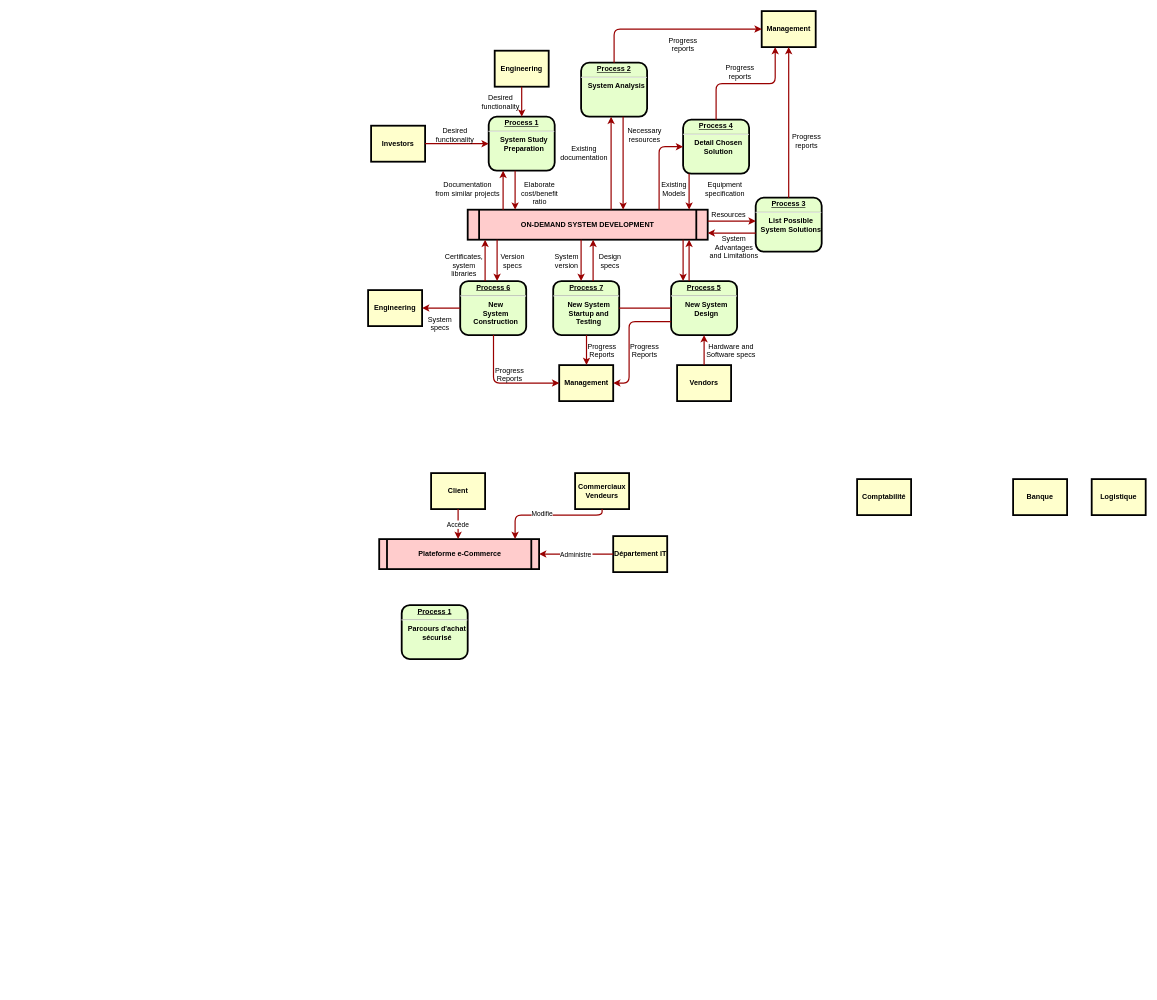
Above: archi_fonctionnelle.drawio in Relthdrarxash/archi_secu (draw.io), before the change. Source tidied: cells renumbered, new cells numbered last; positions are measured from the earlier drawing's top-left corner, leaving out a move shared by most shapes. Both pictures are drawn from the tidied source at 60%, with x=0, y=0 at pixel (368, 11).
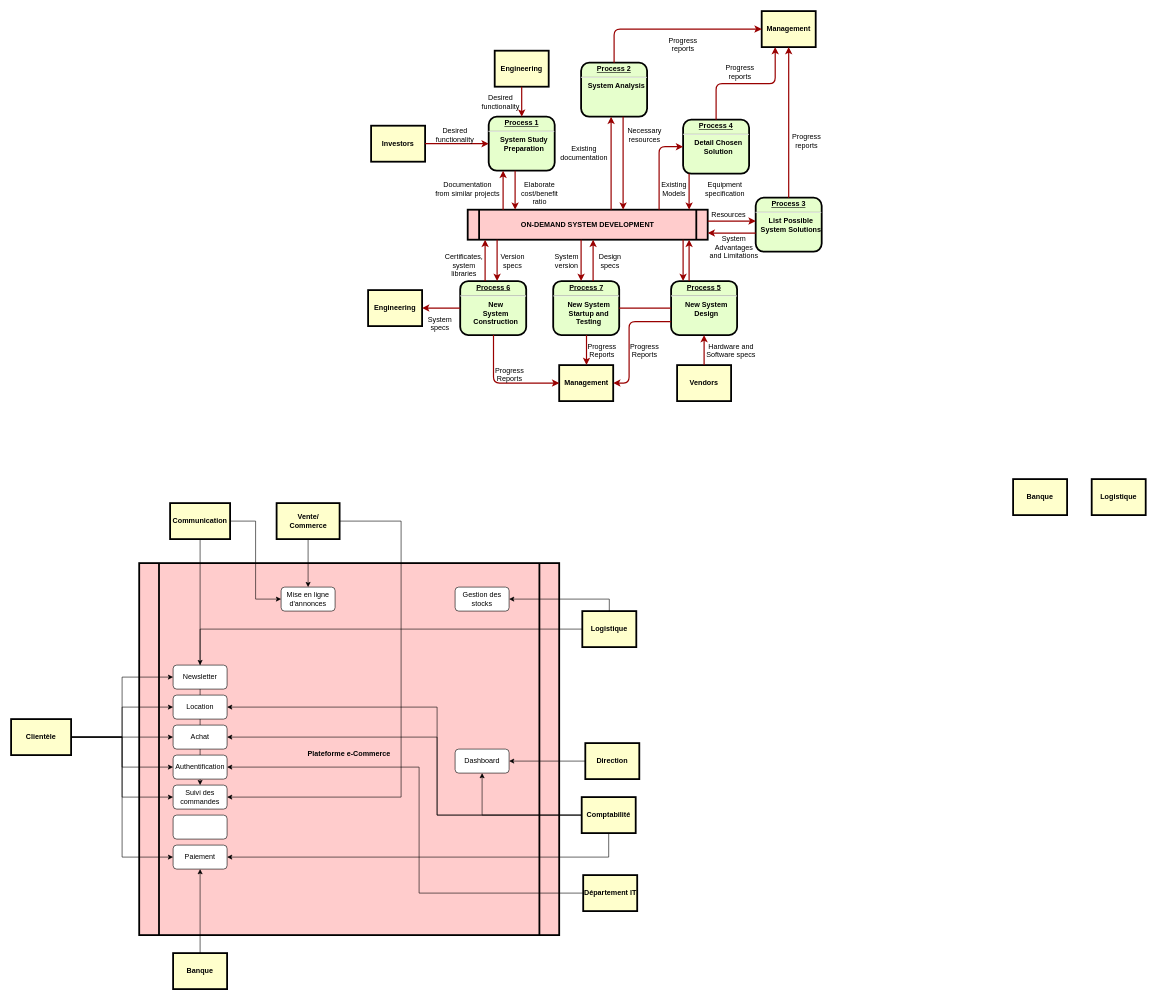
Above is the later version.

Commit message:
Mettre à jour archi_fonctionnelle.drawio

What changed in the source:
```diff
@@
+    <mxCell id="69" value="&#10;Plateforme e-Commerce" style="shape=process;whiteSpace=wrap;align=center;verticalAlign=middle;size=0.0475;fontStyle=1;strokeWidth=3;fillColor=#FFCCCC;" parent="1" vertex="1">
+      <mxGeometry x="-381.5" y="920" width="700" height="620" as="geometry" />
+    </mxCell>
@@
-    <mxCell id="63" value="Client" style="whiteSpace=wrap;align=center;verticalAlign=middle;fontStyle=1;strokeWidth=3;fillColor=#FFFFCC;" parent="1" vertex="1">
-      <mxGeometry x="105" y="770" width="90" height="60" as="geometry" />
-    </mxCell>
+    <mxCell id="75" style="edgeStyle=orthogonalEdgeStyle;rounded=0;jettySize=auto;html=1;entryX=0;entryY=0.5;entryDx=0;entryDy=0;" parent="1" edge="1" source="63" target="93">
+      <mxGeometry relative="1" as="geometry" />
+    </mxCell>
+    <mxCell id="76" style="edgeStyle=orthogonalEdgeStyle;rounded=0;jettySize=auto;html=1;" parent="1" edge="1" source="64" target="95">
+      <mxGeometry relative="1" as="geometry" />
+    </mxCell>
+    <mxCell id="77" style="edgeStyle=orthogonalEdgeStyle;rounded=0;jettySize=auto;html=1;entryX=0;entryY=0.5;entryDx=0;entryDy=0;" parent="1" edge="1" source="64" target="103">
+      <mxGeometry relative="1" as="geometry" />
+    </mxCell>
-    <mxCell id="64" value="Commerciaux&#10;Vendeurs" style="whiteSpace=wrap;align=center;verticalAlign=middle;fontStyle=1;strokeWidth=3;fillColor=#FFFFCC;" parent="1" vertex="1">
-      <mxGeometry x="345" y="770" width="90" height="60" as="geometry" />
+    <mxCell id="64" value="Communication" style="whiteSpace=wrap;align=center;verticalAlign=middle;fontStyle=1;strokeWidth=3;fillColor=#FFFFCC;" parent="1" vertex="1">
+      <mxGeometry x="-330" y="820" width="100" height="60" as="geometry" />
     </mxCell>
+    <mxCell id="78" style="edgeStyle=orthogonalEdgeStyle;rounded=0;jettySize=auto;html=1;entryX=1;entryY=0.5;entryDx=0;entryDy=0;" parent="1" edge="1" source="65" target="104">
+      <mxGeometry relative="1" as="geometry" />
+    </mxCell>
-    <mxCell id="65" value="Comptabilité" style="whiteSpace=wrap;align=center;verticalAlign=middle;fontStyle=1;strokeWidth=3;fillColor=#FFFFCC;" parent="1" vertex="1">
-      <mxGeometry x="815" y="780" width="90" height="60" as="geometry" />
+    <mxCell id="65" value="Direction" style="whiteSpace=wrap;align=center;verticalAlign=middle;fontStyle=1;strokeWidth=3;fillColor=#FFFFCC;" parent="1" vertex="1">
+      <mxGeometry x="362" y="1220" width="90" height="60" as="geometry" />
     </mxCell>
+    <mxCell id="79" style="edgeStyle=orthogonalEdgeStyle;rounded=0;jettySize=auto;html=1;entryX=1;entryY=0.5;entryDx=0;entryDy=0;" parent="1" edge="1" source="66" target="93">
+      <mxGeometry relative="1" as="geometry">
+        <Array as="points">
+          <mxPoint x="390" y="1470" />
+          <mxPoint x="85" y="1470" />
+          <mxPoint x="85" y="1260" />
+        </Array>
+      </mxGeometry>
+    </mxCell>
     <mxCell id="66" value="Département IT" style="whiteSpace=wrap;align=center;verticalAlign=middle;fontStyle=1;strokeWidth=3;fillColor=#FFFFCC;" parent="1" vertex="1">
-      <mxGeometry x="408.5" y="875" width="90" height="60" as="geometry" />
+      <mxGeometry x="358.5" y="1440" width="90" height="60" as="geometry" />
     </mxCell>
@@
-    <mxCell id="69" value="Plateforme e-Commerce" style="shape=process;whiteSpace=wrap;align=center;verticalAlign=middle;size=0.0475;fontStyle=1;strokeWidth=3;fillColor=#FFCCCC;" parent="1" vertex="1">
-      <mxGeometry x="18.5" y="880" width="266.5" height="50" as="geometry" />
-    </mxCell>
-    <mxCell id="70" value="Accède" style="edgeStyle=elbowEdgeStyle;elbow=vertical;strokeColor=#990000;strokeWidth=2;" parent="1" edge="1" source="63" target="69">
-      <mxGeometry relative="1" as="geometry">
-        <Array as="points">
-          <mxPoint x="150" y="850" />
-        </Array>
-      </mxGeometry>
-    </mxCell>
-    <mxCell id="71" style="edgeStyle=elbowEdgeStyle;elbow=vertical;strokeColor=#990000;strokeWidth=2;" parent="1" edge="1" source="64" target="69">
-      <mxGeometry relative="1" as="geometry">
-        <Array as="points">
-          <mxPoint x="245" y="840" />
-        </Array>
-      </mxGeometry>
-    </mxCell>
-    <mxCell id="72" value="Modifie" style="edgeLabel;html=1;align=center;verticalAlign=middle;" parent="71" vertex="1">
-      <mxGeometry x="0.14" y="-3" relative="1" as="geometry" />
-    </mxCell>
-    <mxCell id="73" value="Administre" style="edgeStyle=elbowEdgeStyle;elbow=vertical;strokeColor=#990000;strokeWidth=2;" parent="1" edge="1" source="66" target="69">
-      <mxGeometry relative="1" as="geometry" />
-    </mxCell>
-    <mxCell id="74" value="&lt;p style=&quot;margin: 0px; margin-top: 4px; text-align: center; text-decoration: underline;&quot;&gt;&lt;strong&gt;&lt;strong&gt;Process&lt;/strong&gt;&amp;nbsp;1&lt;br&gt;&lt;/strong&gt;&lt;/p&gt;&lt;hr&gt;&lt;p style=&quot;margin: 0px; margin-left: 8px;&quot;&gt;Parcours d'achat&lt;/p&gt;&lt;p style=&quot;margin: 0px; margin-left: 8px;&quot;&gt;sécurisé&lt;/p&gt;" style="verticalAlign=middle;align=center;overflow=fill;fontSize=12;fontFamily=Helvetica;html=1;rounded=1;fontStyle=1;strokeWidth=3;fillColor=#E6FFCC;" parent="1" vertex="1">
-      <mxGeometry x="56" y="990" width="110" height="90" as="geometry" />
-    </mxCell>
+    <mxCell id="80" style="edgeStyle=orthogonalEdgeStyle;rounded=0;jettySize=auto;html=1;" parent="1" edge="1" source="84" target="104">
+      <mxGeometry relative="1" as="geometry" />
+    </mxCell>
+    <mxCell id="81" style="edgeStyle=orthogonalEdgeStyle;rounded=0;jettySize=auto;html=1;exitX=0;exitY=0.75;exitDx=0;exitDy=0;entryX=1;entryY=0.5;entryDx=0;entryDy=0;" parent="1" edge="1" source="84" target="94">
+      <mxGeometry relative="1" as="geometry">
+        <Array as="points">
+          <mxPoint x="356" y="1340" />
+          <mxPoint x="115" y="1340" />
+          <mxPoint x="115" y="1160" />
+        </Array>
+      </mxGeometry>
+    </mxCell>
+    <mxCell id="82" style="edgeStyle=orthogonalEdgeStyle;rounded=0;jettySize=auto;html=1;exitX=0.5;exitY=1;exitDx=0;exitDy=0;entryX=1;entryY=0.5;entryDx=0;entryDy=0;" parent="1" edge="1" source="84" target="96">
+      <mxGeometry relative="1" as="geometry">
+        <Array as="points">
+          <mxPoint x="401" y="1340" />
+          <mxPoint x="115" y="1340" />
+          <mxPoint x="115" y="1210" />
+        </Array>
+      </mxGeometry>
+    </mxCell>
+    <mxCell id="83" style="edgeStyle=orthogonalEdgeStyle;rounded=0;jettySize=auto;html=1;entryX=1;entryY=0.5;entryDx=0;entryDy=0;" parent="1" edge="1" source="84" target="106">
+      <mxGeometry relative="1" as="geometry">
+        <Array as="points">
+          <mxPoint x="401" y="1410" />
+        </Array>
+      </mxGeometry>
+    </mxCell>
+    <mxCell id="84" value="Comptabilité" style="whiteSpace=wrap;align=center;verticalAlign=middle;fontStyle=1;strokeWidth=3;fillColor=#FFFFCC;" parent="1" vertex="1">
+      <mxGeometry x="356" y="1310" width="90" height="60" as="geometry" />
+    </mxCell>
+    <mxCell id="85" style="edgeStyle=orthogonalEdgeStyle;rounded=0;jettySize=auto;html=1;" parent="1" edge="1" source="87" target="103">
+      <mxGeometry relative="1" as="geometry" />
+    </mxCell>
+    <mxCell id="86" style="edgeStyle=orthogonalEdgeStyle;rounded=0;jettySize=auto;html=1;entryX=1;entryY=0.5;entryDx=0;entryDy=0;" parent="1" edge="1" source="87" target="97">
+      <mxGeometry relative="1" as="geometry">
+        <Array as="points">
+          <mxPoint x="55" y="850" />
+          <mxPoint x="55" y="1310" />
+        </Array>
+      </mxGeometry>
+    </mxCell>
+    <mxCell id="87" value="Vente/&#10;Commerce" style="whiteSpace=wrap;align=center;verticalAlign=middle;fontStyle=1;strokeWidth=3;fillColor=#FFFFCC;" parent="1" vertex="1">
+      <mxGeometry x="-152.5" y="820" width="105" height="60" as="geometry" />
+    </mxCell>
+    <mxCell id="88" style="edgeStyle=orthogonalEdgeStyle;rounded=0;jettySize=auto;html=1;" parent="1" edge="1" source="90" target="97">
+      <mxGeometry relative="1" as="geometry" />
+    </mxCell>
+    <mxCell id="89" style="edgeStyle=orthogonalEdgeStyle;rounded=0;jettySize=auto;html=1;" parent="1" edge="1" source="90" target="105">
+      <mxGeometry relative="1" as="geometry">
+        <Array as="points">
+          <mxPoint x="402" y="980" />
+        </Array>
+      </mxGeometry>
+    </mxCell>
+    <mxCell id="90" value="Logistique" style="whiteSpace=wrap;align=center;verticalAlign=middle;fontStyle=1;strokeWidth=3;fillColor=#FFFFCC;" parent="1" vertex="1">
+      <mxGeometry x="357" y="1000" width="90" height="60" as="geometry" />
+    </mxCell>
+    <mxCell id="91" style="edgeStyle=orthogonalEdgeStyle;rounded=0;jettySize=auto;html=1;" parent="1" edge="1" source="92" target="106">
+      <mxGeometry relative="1" as="geometry" />
+    </mxCell>
+    <mxCell id="92" value="Banque" style="whiteSpace=wrap;align=center;verticalAlign=middle;fontStyle=1;strokeWidth=3;fillColor=#FFFFCC;" parent="1" vertex="1">
+      <mxGeometry x="-325" y="1570" width="90" height="60" as="geometry" />
+    </mxCell>
+    <mxCell id="93" value="Authentification" style="rounded=1;whiteSpace=wrap;html=1;" parent="1" vertex="1">
+      <mxGeometry x="-325" y="1240" width="90" height="40" as="geometry" />
+    </mxCell>
+    <mxCell id="94" value="Location" style="rounded=1;whiteSpace=wrap;html=1;" parent="1" vertex="1">
+      <mxGeometry x="-325" y="1140" width="90" height="40" as="geometry" />
+    </mxCell>
+    <mxCell id="95" value="Newsletter" style="rounded=1;whiteSpace=wrap;html=1;" parent="1" vertex="1">
+      <mxGeometry x="-325" y="1090" width="90" height="40" as="geometry" />
+    </mxCell>
+    <mxCell id="96" value="Achat" style="rounded=1;whiteSpace=wrap;html=1;" parent="1" vertex="1">
+      <mxGeometry x="-325" y="1190" width="90" height="40" as="geometry" />
+    </mxCell>
+    <mxCell id="97" value="Suivi des&lt;div&gt;commandes&lt;/div&gt;" style="rounded=1;whiteSpace=wrap;html=1;" parent="1" vertex="1">
+      <mxGeometry x="-325" y="1290" width="90" height="40" as="geometry" />
+    </mxCell>
+    <mxCell id="98" style="edgeStyle=orthogonalEdgeStyle;rounded=0;jettySize=auto;html=1;" parent="1" edge="1" source="63" target="96">
+      <mxGeometry relative="1" as="geometry" />
+    </mxCell>
+    <mxCell id="99" style="edgeStyle=orthogonalEdgeStyle;rounded=0;jettySize=auto;html=1;" parent="1" edge="1" source="63" target="94">
+      <mxGeometry relative="1" as="geometry" />
+    </mxCell>
+    <mxCell id="100" style="edgeStyle=orthogonalEdgeStyle;rounded=0;jettySize=auto;html=1;entryX=0;entryY=0.5;entryDx=0;entryDy=0;" parent="1" edge="1" source="63" target="95">
+      <mxGeometry relative="1" as="geometry" />
+    </mxCell>
+    <mxCell id="101" style="edgeStyle=orthogonalEdgeStyle;rounded=0;jettySize=auto;html=1;entryX=0;entryY=0.5;entryDx=0;entryDy=0;" parent="1" edge="1" source="63" target="97">
+      <mxGeometry relative="1" as="geometry" />
+    </mxCell>
+    <mxCell id="102" style="edgeStyle=orthogonalEdgeStyle;rounded=0;jettySize=auto;html=1;entryX=0;entryY=0.5;entryDx=0;entryDy=0;" parent="1" edge="1" source="63" target="106">
+      <mxGeometry relative="1" as="geometry" />
+    </mxCell>
+    <mxCell id="63" value="Clientèle" style="whiteSpace=wrap;align=center;verticalAlign=middle;fontStyle=1;strokeWidth=3;fillColor=#FFFFCC;" parent="1" vertex="1">
+      <mxGeometry x="-595" y="1180" width="100" height="60" as="geometry" />
+    </mxCell>
+    <mxCell id="103" value="Mise en ligne&lt;div&gt;d'annonces&lt;/div&gt;" style="rounded=1;whiteSpace=wrap;html=1;" parent="1" vertex="1">
+      <mxGeometry x="-145" y="960" width="90" height="40" as="geometry" />
+    </mxCell>
+    <mxCell id="104" value="Dashboard" style="rounded=1;whiteSpace=wrap;html=1;" parent="1" vertex="1">
+      <mxGeometry x="145" y="1230" width="90" height="40" as="geometry" />
+    </mxCell>
+    <mxCell id="105" value="Gestion des stocks" style="rounded=1;whiteSpace=wrap;html=1;" parent="1" vertex="1">
+      <mxGeometry x="145" y="960" width="90" height="40" as="geometry" />
+    </mxCell>
+    <mxCell id="106" value="Paiement" style="rounded=1;whiteSpace=wrap;html=1;" parent="1" vertex="1">
+      <mxGeometry x="-325" y="1390" width="90" height="40" as="geometry" />
+    </mxCell>
+    <mxCell id="107" style="rounded=1;whiteSpace=wrap;html=1;" parent="1" vertex="1">
+      <mxGeometry x="-325" y="1340" width="90" height="40" as="geometry" />
+    </mxCell>
```
